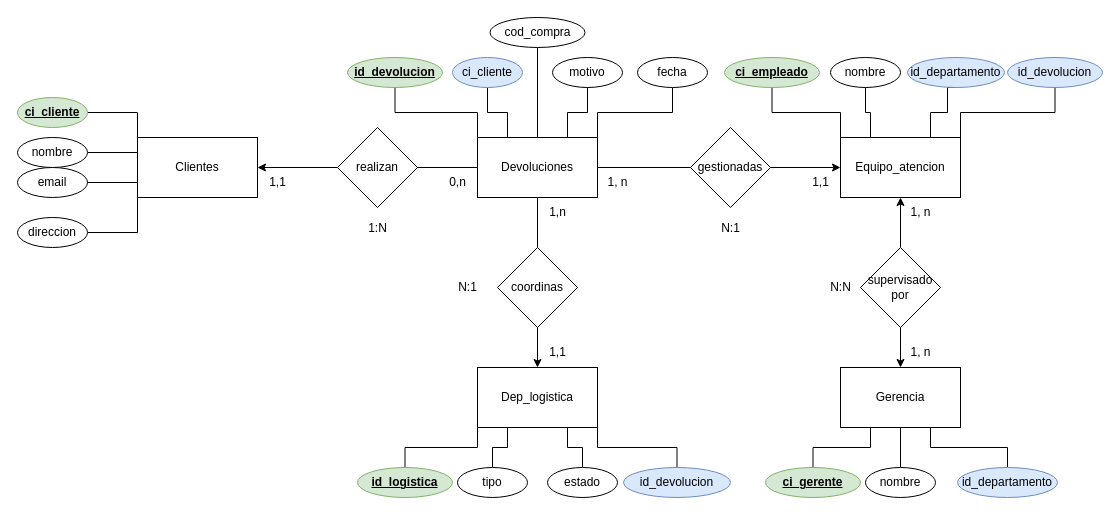
This is page "MER" (2 of 3) of automatizacion - ecommerce.drawio from AlbanyNVRodriguez/draw---diagrams, a draw.io file, before an edit. Source tidied: cells renumbered, new cells numbered last; positions are measured from the earlier drawing's top-left corner, leaving out a move shared by most shapes. Both pictures are drawn from the tidied source at 100%, with x=0, y=0 at pixel (17, 17).
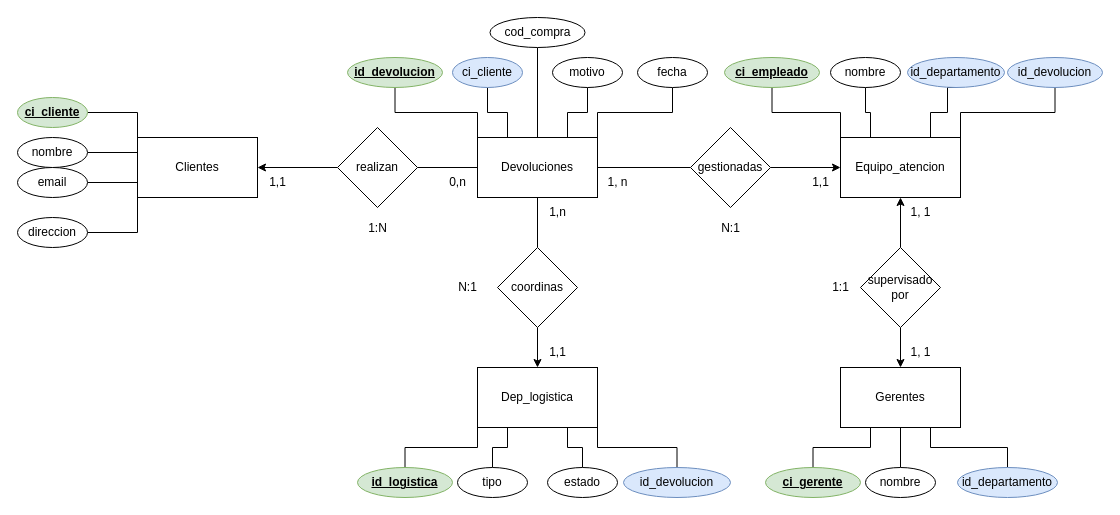
Above is the later version.

What changed in the source:
```diff
@@
-    <mxCell id="38" value="Gerencia" style="rounded=0;whiteSpace=wrap;html=1;" parent="1" vertex="1">
+    <mxCell id="38" value="Gerentes" style="rounded=0;whiteSpace=wrap;html=1;" parent="1" vertex="1">
       <mxGeometry x="823" y="350" width="120" height="60" as="geometry" />
     </mxCell>
@@
-    <mxCell id="45" value="N:N" style="text;html=1;align=center;verticalAlign=middle;strokeColor=none;fillColor=none;" parent="1" vertex="1">
+    <mxCell id="45" value="1:1" style="text;html=1;align=center;verticalAlign=middle;strokeColor=none;fillColor=none;" parent="1" vertex="1">
       <mxGeometry x="803" y="255" width="40" height="30" as="geometry" />
     </mxCell>
-    <mxCell id="46" value="1, n" style="text;html=1;align=center;verticalAlign=middle;strokeColor=none;fillColor=none;" parent="1" vertex="1">
+    <mxCell id="46" value="1, 1" style="text;html=1;align=center;verticalAlign=middle;strokeColor=none;fillColor=none;" parent="1" vertex="1">
       <mxGeometry x="883" y="180" width="40" height="30" as="geometry" />
     </mxCell>
-    <mxCell id="47" value="1, n" style="text;html=1;align=center;verticalAlign=middle;strokeColor=none;fillColor=none;" parent="1" vertex="1">
+    <mxCell id="47" value="1, 1" style="text;html=1;align=center;verticalAlign=middle;strokeColor=none;fillColor=none;" parent="1" vertex="1">
       <mxGeometry x="883" y="320" width="40" height="30" as="geometry" />
     </mxCell>
```
